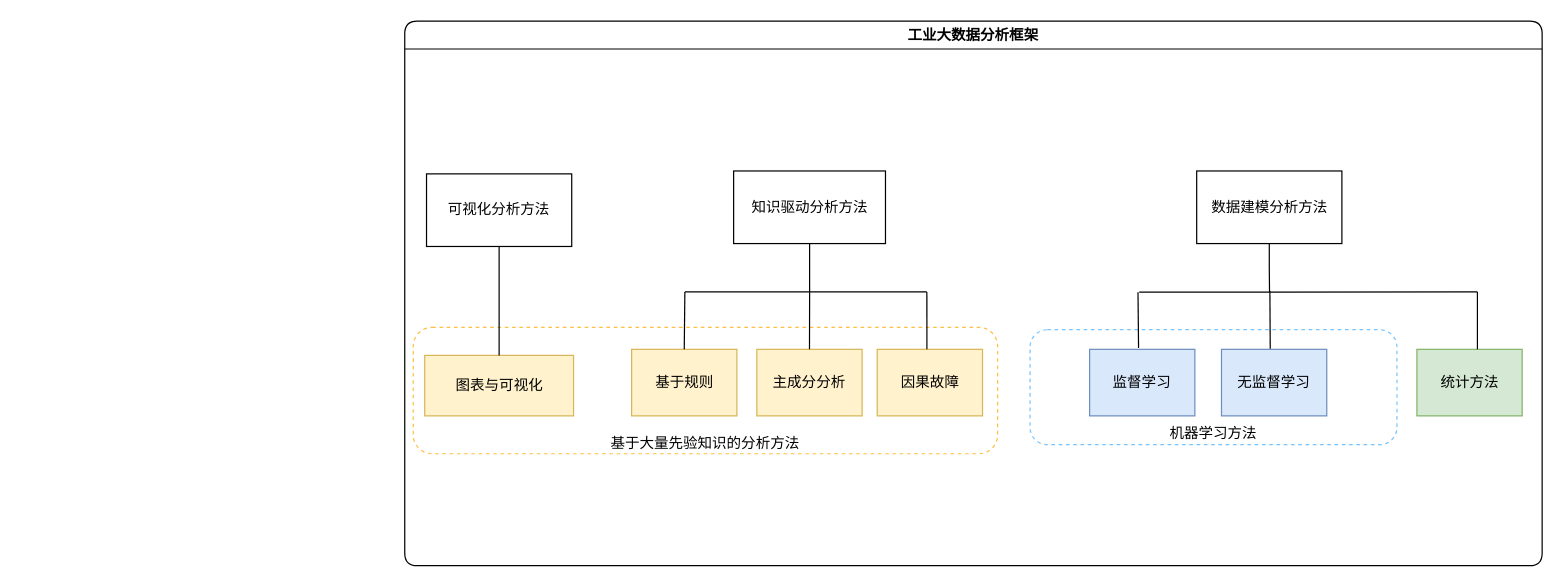
The draw.io diagram images/未命名绘图.drawio.xml in jkjam7/techniques, before the edit. Source tidied: cells renumbered, new cells numbered last; positions are measured from the earlier drawing's top-left corner, leaving out a move shared by most shapes. Both pictures are drawn from the tidied source at 121%, with x=0, y=0 at pixel (404, 21).
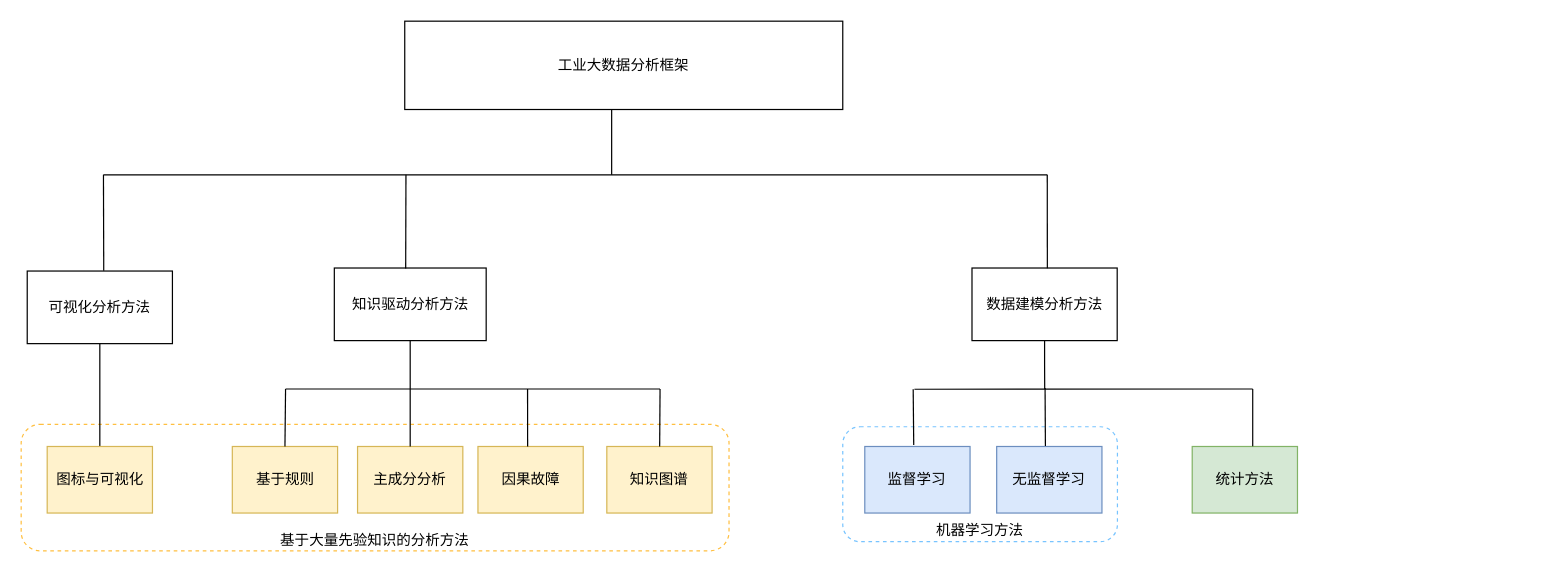
The same diagram, later.

Commit message:
大数据分析框架.drawio.xml

What changed in the source:
```diff
@@
-    <mxCell id="2" value="工业大数据分析框架" style="swimlane;whiteSpace=wrap;html=1;swimlaneLine=1;rounded=1;fillColor=default;" parent="1" vertex="1">
-      <mxGeometry width="940" height="450" as="geometry" />
-    </mxCell>
-    <mxCell id="3" value="基于大量先验知识的分析方法" style="rounded=1;whiteSpace=wrap;html=1;strokeColor=#FFBF40;dashed=1;verticalAlign=bottom;" parent="2" vertex="1">
-      <mxGeometry x="7" y="253" width="483" height="104.5" as="geometry" />
+    <mxCell id="3" value="基于大量先验知识的分析方法" style="rounded=1;whiteSpace=wrap;html=1;strokeColor=#FFBF40;dashed=1;verticalAlign=bottom;" parent="1" vertex="1">
+      <mxGeometry x="-317" y="333.2" width="585" height="104.5" as="geometry" />
     </mxCell>
-    <mxCell id="4" value="机器学习方法" style="rounded=1;whiteSpace=wrap;html=1;verticalAlign=bottom;dashed=1;strokeColor=#78C4FF;" parent="2" vertex="1">
-      <mxGeometry x="516.8" y="255" width="303.2" height="95" as="geometry" />
+    <mxCell id="4" value="机器学习方法" style="rounded=1;whiteSpace=wrap;html=1;verticalAlign=bottom;dashed=1;strokeColor=#78C4FF;" parent="1" vertex="1">
+      <mxGeometry x="362" y="335.2" width="227" height="95" as="geometry" />
     </mxCell>
-    <mxCell id="5" value="可视化分析方法" style="rounded=0;whiteSpace=wrap;html=1;" parent="2" vertex="1">
-      <mxGeometry x="18" y="126.2" width="120" height="60" as="geometry" />
+    <mxCell id="5" value="可视化分析方法" style="rounded=0;whiteSpace=wrap;html=1;" parent="1" vertex="1">
+      <mxGeometry x="-312" y="206.5" width="120" height="60" as="geometry" />
     </mxCell>
-    <mxCell id="6" style="edgeStyle=orthogonalEdgeStyle;rounded=0;jettySize=auto;html=1;exitX=0.5;exitY=1;exitDx=0;exitDy=0;endArrow=none;endFill=0;" parent="2" edge="1" source="7">
+    <mxCell id="6" style="edgeStyle=orthogonalEdgeStyle;rounded=0;jettySize=auto;html=1;exitX=0.5;exitY=1;exitDx=0;exitDy=0;endArrow=none;endFill=0;" parent="1" edge="1" source="7">
       <mxGeometry relative="1" as="geometry">
-        <mxPoint x="714.7" y="223.8" as="targetPoint" />
+        <mxPoint x="528.9" y="304" as="targetPoint" />
       </mxGeometry>
     </mxCell>
-    <mxCell id="7" value="数据建模分析方法" style="rounded=0;whiteSpace=wrap;html=1;" parent="2" vertex="1">
-      <mxGeometry x="654.5" y="123.8" width="120" height="60" as="geometry" />
+    <mxCell id="7" value="数据建模分析方法" style="rounded=0;whiteSpace=wrap;html=1;" parent="1" vertex="1">
+      <mxGeometry x="468.8" y="204" width="120" height="60" as="geometry" />
     </mxCell>
-    <mxCell id="8" value="知识驱动分析方法" style="rounded=0;whiteSpace=wrap;html=1;" parent="2" vertex="1">
-      <mxGeometry x="271.8" y="123.8" width="125.5" height="60" as="geometry" />
+    <mxCell id="8" value="知识驱动分析方法" style="rounded=0;whiteSpace=wrap;html=1;" parent="1" vertex="1">
+      <mxGeometry x="-58.2" y="204" width="125.5" height="60" as="geometry" />
     </mxCell>
-    <mxCell id="9" value="图表与可视化" style="rounded=0;whiteSpace=wrap;html=1;fillColor=#fff2cc;strokeColor=#d6b656;" parent="2" vertex="1">
-      <mxGeometry x="16.5" y="276.2" width="123" height="50" as="geometry" />
-    </mxCell>
-    <mxCell id="10" style="edgeStyle=orthogonalEdgeStyle;rounded=0;jettySize=auto;html=1;endArrow=none;endFill=0;" parent="2" edge="1" source="5" target="9">
-      <mxGeometry relative="1" as="geometry" />
+    <mxCell id="10" style="edgeStyle=orthogonalEdgeStyle;rounded=0;jettySize=auto;html=1;endArrow=none;endFill=0;" parent="1" edge="1" source="5">
+      <mxGeometry relative="1" as="geometry">
+        <mxPoint x="-264.2" y="356.5" as="targetPoint" />
+        <Array as="points">
+          <mxPoint x="-252" y="357" />
+        </Array>
+      </mxGeometry>
     </mxCell>
-    <mxCell id="11" value="基于规则" style="rounded=0;whiteSpace=wrap;html=1;fillColor=#fff2cc;strokeColor=#d6b656;" parent="2" vertex="1">
-      <mxGeometry x="187.5" y="271.2" width="87" height="55" as="geometry" />
+    <mxCell id="11" value="基于规则" style="rounded=0;whiteSpace=wrap;html=1;fillColor=#fff2cc;strokeColor=#d6b656;" parent="1" vertex="1">
+      <mxGeometry x="-142.5" y="351.5" width="87" height="55" as="geometry" />
     </mxCell>
-    <mxCell id="12" style="endArrow=none;html=1;rounded=0;" parent="2" edge="1">
+    <mxCell id="12" style="endArrow=none;html=1;rounded=0;" parent="1" edge="1">
       <mxGeometry relative="1" as="geometry">
-        <mxPoint x="231.5" y="223.8" as="sourcePoint" />
-        <mxPoint x="431.5" y="223.8" as="targetPoint" />
+        <mxPoint x="-98.5" y="304" as="sourcePoint" />
+        <mxPoint x="211" y="304" as="targetPoint" />
       </mxGeometry>
     </mxCell>
-    <mxCell id="13" style="endArrow=none;html=1;rounded=0;exitX=0.5;exitY=0;exitDx=0;exitDy=0;" parent="2" edge="1" source="11">
+    <mxCell id="13" style="endArrow=none;html=1;rounded=0;exitX=0.5;exitY=0;exitDx=0;exitDy=0;" parent="1" edge="1" source="11">
       <mxGeometry relative="1" as="geometry">
-        <mxPoint x="231.5" y="223.8" as="targetPoint" />
+        <mxPoint x="-98.5" y="304" as="targetPoint" />
       </mxGeometry>
     </mxCell>
-    <mxCell id="14" value="因果故障" style="rounded=0;whiteSpace=wrap;html=1;fillColor=#fff2cc;strokeColor=#d6b656;" parent="2" vertex="1">
-      <mxGeometry x="390.5" y="271.2" width="87" height="55" as="geometry" />
+    <mxCell id="14" value="因果故障" style="rounded=0;whiteSpace=wrap;html=1;fillColor=#fff2cc;strokeColor=#d6b656;" parent="1" vertex="1">
+      <mxGeometry x="60.5" y="351.5" width="87" height="55" as="geometry" />
     </mxCell>
-    <mxCell id="15" value="主成分分析" style="rounded=0;whiteSpace=wrap;html=1;fillColor=#fff2cc;strokeColor=#d6b656;" parent="2" vertex="1">
-      <mxGeometry x="291" y="271.2" width="87" height="55" as="geometry" />
+    <mxCell id="15" value="主成分分析" style="rounded=0;whiteSpace=wrap;html=1;fillColor=#fff2cc;strokeColor=#d6b656;" parent="1" vertex="1">
+      <mxGeometry x="-39" y="351.5" width="87" height="55" as="geometry" />
     </mxCell>
-    <mxCell id="16" style="edgeStyle=orthogonalEdgeStyle;rounded=0;jettySize=auto;html=1;entryX=0.5;entryY=0;entryDx=0;entryDy=0;endArrow=none;endFill=0;" parent="2" edge="1" source="8" target="15">
+    <mxCell id="16" style="edgeStyle=orthogonalEdgeStyle;rounded=0;jettySize=auto;html=1;entryX=0.5;entryY=0;entryDx=0;entryDy=0;endArrow=none;endFill=0;" parent="1" edge="1" source="8" target="15">
       <mxGeometry relative="1" as="geometry" />
     </mxCell>
-    <mxCell id="17" style="endArrow=none;html=1;rounded=0;exitX=0.472;exitY=0;exitDx=0;exitDy=0;exitPerimeter=0;" parent="2" edge="1" source="14">
+    <mxCell id="17" style="endArrow=none;html=1;rounded=0;exitX=0.472;exitY=0;exitDx=0;exitDy=0;exitPerimeter=0;" parent="1" edge="1" source="14">
       <mxGeometry relative="1" as="geometry">
-        <mxPoint x="431.5" y="223.8" as="targetPoint" />
+        <mxPoint x="101.5" y="304" as="targetPoint" />
       </mxGeometry>
     </mxCell>
-    <mxCell id="18" value="监督学习" style="rounded=0;whiteSpace=wrap;html=1;fillColor=#dae8fc;strokeColor=#6c8ebf;" parent="2" vertex="1">
-      <mxGeometry x="566" y="271.2" width="87" height="55" as="geometry" />
+    <mxCell id="18" value="监督学习" style="rounded=0;whiteSpace=wrap;html=1;fillColor=#dae8fc;strokeColor=#6c8ebf;" parent="1" vertex="1">
+      <mxGeometry x="380.2" y="351.5" width="87" height="55" as="geometry" />
     </mxCell>
-    <mxCell id="19" value="无监督学习" style="rounded=0;whiteSpace=wrap;html=1;fillColor=#dae8fc;strokeColor=#6c8ebf;horizontal=1;verticalAlign=middle;rotation=0;" parent="2" vertex="1">
-      <mxGeometry x="675" y="271.2" width="87" height="55" as="geometry" />
+    <mxCell id="19" value="无监督学习" style="rounded=0;whiteSpace=wrap;html=1;fillColor=#dae8fc;strokeColor=#6c8ebf;horizontal=1;verticalAlign=middle;rotation=0;" parent="1" vertex="1">
+      <mxGeometry x="489.2" y="351.5" width="87" height="55" as="geometry" />
     </mxCell>
-    <mxCell id="20" value="统计方法" style="rounded=0;whiteSpace=wrap;html=1;fillColor=#d5e8d4;strokeColor=#82b366;" parent="2" vertex="1">
-      <mxGeometry x="836.5" y="271.2" width="87" height="55" as="geometry" />
+    <mxCell id="20" value="统计方法" style="rounded=0;whiteSpace=wrap;html=1;fillColor=#d5e8d4;strokeColor=#82b366;" parent="1" vertex="1">
+      <mxGeometry x="650.8" y="351.5" width="87" height="55" as="geometry" />
     </mxCell>
-    <mxCell id="21" style="endArrow=none;html=1;rounded=0;" parent="2" edge="1">
+    <mxCell id="21" style="endArrow=none;html=1;rounded=0;" parent="1" edge="1">
       <mxGeometry relative="1" as="geometry">
-        <mxPoint x="607" y="224" as="sourcePoint" />
-        <mxPoint x="886.5" y="223.8" as="targetPoint" />
+        <mxPoint x="421.2" y="304.2" as="sourcePoint" />
+        <mxPoint x="700.8" y="304" as="targetPoint" />
       </mxGeometry>
     </mxCell>
-    <mxCell id="22" style="endArrow=none;html=1;rounded=0;exitX=0.465;exitY=-0.021;exitDx=0;exitDy=0;exitPerimeter=0;" parent="2" edge="1" source="18">
+    <mxCell id="22" style="endArrow=none;html=1;rounded=0;exitX=0.465;exitY=-0.021;exitDx=0;exitDy=0;exitPerimeter=0;" parent="1" edge="1" source="18">
       <mxGeometry relative="1" as="geometry">
-        <mxPoint x="606" y="224" as="targetPoint" />
+        <mxPoint x="420.2" y="304.2" as="targetPoint" />
       </mxGeometry>
     </mxCell>
-    <mxCell id="23" style="endArrow=none;html=1;rounded=0;exitX=0.463;exitY=-0.007;exitDx=0;exitDy=0;exitPerimeter=0;" parent="2" edge="1" source="19">
+    <mxCell id="23" style="endArrow=none;html=1;rounded=0;exitX=0.463;exitY=-0.007;exitDx=0;exitDy=0;exitPerimeter=0;" parent="1" edge="1" source="19">
       <mxGeometry relative="1" as="geometry">
-        <mxPoint x="715" y="223" as="targetPoint" />
+        <mxPoint x="529.2" y="303.2" as="targetPoint" />
       </mxGeometry>
     </mxCell>
-    <mxCell id="24" style="endArrow=none;html=1;rounded=0;exitX=0.575;exitY=-0.002;exitDx=0;exitDy=0;exitPerimeter=0;" parent="2" edge="1" source="20">
+    <mxCell id="24" style="endArrow=none;html=1;rounded=0;exitX=0.575;exitY=-0.002;exitDx=0;exitDy=0;exitPerimeter=0;" parent="1" edge="1" source="20">
       <mxGeometry relative="1" as="geometry">
-        <mxPoint x="886.5" y="223.8" as="targetPoint" />
+        <mxPoint x="700.8" y="304" as="targetPoint" />
       </mxGeometry>
     </mxCell>
+    <mxCell id="2" value="工业大数据分析框架" style="rounded=0;whiteSpace=wrap;html=1;" parent="1" vertex="1">
+      <mxGeometry width="362" height="73" as="geometry" />
+    </mxCell>
+    <mxCell id="25" value="图标与可视化" style="rounded=0;whiteSpace=wrap;html=1;fillColor=#fff2cc;strokeColor=#d6b656;" parent="1" vertex="1">
+      <mxGeometry x="-295.5" y="351.5" width="87" height="55" as="geometry" />
+    </mxCell>
+    <mxCell id="26" value="知识图谱" style="rounded=0;whiteSpace=wrap;html=1;fillColor=#fff2cc;strokeColor=#d6b656;" parent="1" vertex="1">
+      <mxGeometry x="167" y="351.5" width="87" height="55" as="geometry" />
+    </mxCell>
+    <mxCell id="27" style="endArrow=none;html=1;rounded=0;" parent="1" edge="1">
+      <mxGeometry relative="1" as="geometry">
+        <mxPoint x="-249" y="127" as="sourcePoint" />
+        <mxPoint x="531" y="127" as="targetPoint" />
+      </mxGeometry>
+    </mxCell>
+    <mxCell id="28" style="endArrow=none;html=1;rounded=0;" parent="1" edge="1">
+      <mxGeometry relative="1" as="geometry">
+        <mxPoint x="171" y="127" as="sourcePoint" />
+        <mxPoint x="171" y="73" as="targetPoint" />
+      </mxGeometry>
+    </mxCell>
+    <mxCell id="29" style="endArrow=none;html=1;rounded=0;exitX=0.527;exitY=-0.003;exitDx=0;exitDy=0;exitPerimeter=0;" parent="1" edge="1" source="5">
+      <mxGeometry relative="1" as="geometry">
+        <mxPoint x="-249" y="127" as="targetPoint" />
+      </mxGeometry>
+    </mxCell>
+    <mxCell id="30" style="endArrow=none;html=1;rounded=0;" parent="1" edge="1" source="26">
+      <mxGeometry relative="1" as="geometry">
+        <mxPoint x="211" y="304" as="targetPoint" />
+      </mxGeometry>
+    </mxCell>
+    <mxCell id="31" style="endArrow=none;html=1;rounded=0;exitX=0.47;exitY=0.006;exitDx=0;exitDy=0;exitPerimeter=0;" parent="1" edge="1" source="8">
+      <mxGeometry relative="1" as="geometry">
+        <mxPoint x="1" y="127" as="targetPoint" />
+      </mxGeometry>
+    </mxCell>
+    <mxCell id="32" style="endArrow=none;html=1;rounded=0;exitX=0.519;exitY=0.003;exitDx=0;exitDy=0;exitPerimeter=0;" parent="1" edge="1" source="7">
+      <mxGeometry relative="1" as="geometry">
+        <mxPoint x="531" y="127" as="targetPoint" />
+      </mxGeometry>
+    </mxCell>
```
